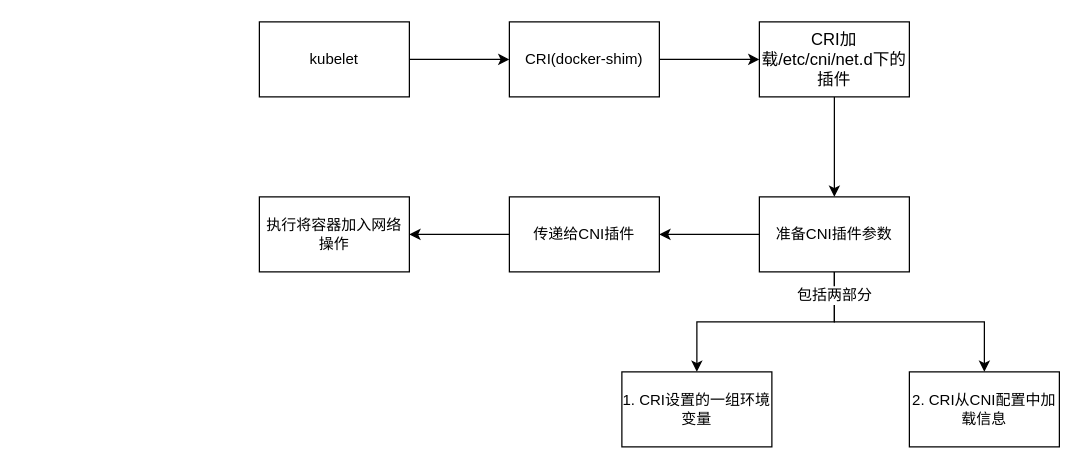
helios741/plan keeps this draw.io diagram as cni.drawio. Above is the earlier version. Source tidied: cells renumbered, new cells numbered last; positions are measured from the earlier drawing's top-left corner, leaving out a move shared by most shapes. Both pictures are drawn from the tidied source at 125%, with x=0, y=0 at pixel (259, 21).
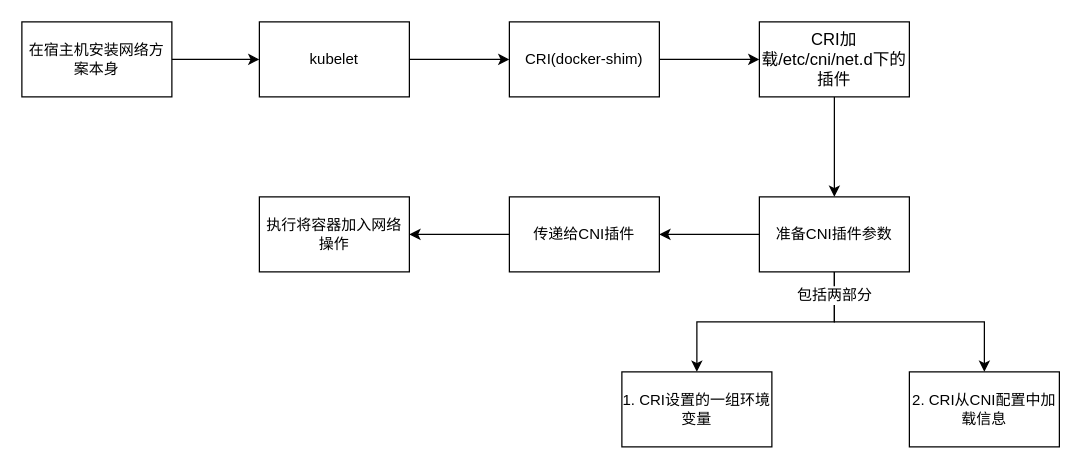
The same page after the edit.

What changed in the source:
```diff
@@
 <mxGraphModel>
   <root>
     <mxCell id="0" />
     <mxCell id="1" parent="0" />
     <mxCell id="2" style="edgeStyle=orthogonalEdgeStyle;rounded=0;jettySize=auto;html=1;" parent="1" edge="1" source="3" target="5">
       <mxGeometry relative="1" as="geometry" />
     </mxCell>
     <mxCell id="3" value="kubelet" style="rounded=0;whiteSpace=wrap;html=1;" parent="1" vertex="1">
       <mxGeometry width="120" height="60" as="geometry" />
     </mxCell>
     <mxCell id="4" style="edgeStyle=orthogonalEdgeStyle;rounded=0;jettySize=auto;html=1;" parent="1" edge="1" source="5" target="7">
       <mxGeometry relative="1" as="geometry" />
     </mxCell>
     <mxCell id="5" value="CRI(docker-shim)" style="rounded=0;whiteSpace=wrap;html=1;" parent="1" vertex="1">
       <mxGeometry x="200" width="120" height="60" as="geometry" />
     </mxCell>
     <mxCell id="6" style="edgeStyle=orthogonalEdgeStyle;rounded=0;jettySize=auto;html=1;" parent="1" edge="1" source="7" target="12">
       <mxGeometry relative="1" as="geometry" />
     </mxCell>
     <mxCell id="7" value="&lt;span style=&quot;font-size: 13.3333px&quot;&gt;CRI加载/etc/cni/net.d下的插件&lt;/span&gt;" style="rounded=0;whiteSpace=wrap;html=1;" parent="1" vertex="1">
       <mxGeometry x="400" width="120" height="60" as="geometry" />
     </mxCell>
     <mxCell id="8" style="edgeStyle=orthogonalEdgeStyle;rounded=0;jettySize=auto;html=1;" parent="1" edge="1" source="12" target="17">
       <mxGeometry relative="1" as="geometry" />
     </mxCell>
     <mxCell id="9" style="edgeStyle=orthogonalEdgeStyle;rounded=0;jettySize=auto;html=1;" parent="1" edge="1" source="12" target="16">
       <mxGeometry relative="1" as="geometry" />
     </mxCell>
     <mxCell id="10" value="包括两部分" style="text;html=1;align=center;verticalAlign=middle;labelBackgroundColor=#ffffff;" parent="9" vertex="1">
       <mxGeometry x="-0.82" y="-1" relative="1" as="geometry" />
     </mxCell>
     <mxCell id="11" style="edgeStyle=orthogonalEdgeStyle;rounded=0;jettySize=auto;html=1;" parent="1" edge="1" source="12" target="14">
       <mxGeometry relative="1" as="geometry" />
     </mxCell>
     <mxCell id="12" value="准备CNI插件参数" style="rounded=0;whiteSpace=wrap;html=1;" parent="1" vertex="1">
       <mxGeometry x="400" y="140" width="120" height="60" as="geometry" />
     </mxCell>
     <mxCell id="13" style="edgeStyle=orthogonalEdgeStyle;rounded=0;jettySize=auto;html=1;" parent="1" edge="1" source="14" target="15">
       <mxGeometry relative="1" as="geometry" />
     </mxCell>
     <mxCell id="14" value="传递给CNI插件" style="rounded=0;whiteSpace=wrap;html=1;" parent="1" vertex="1">
       <mxGeometry x="200" y="140" width="120" height="60" as="geometry" />
     </mxCell>
     <mxCell id="15" value="执行将容器加入网络操作" style="rounded=0;whiteSpace=wrap;html=1;" parent="1" vertex="1">
       <mxGeometry y="140" width="120" height="60" as="geometry" />
     </mxCell>
     <mxCell id="16" value="2. CRI从CNI配置中加载信息" style="rounded=0;whiteSpace=wrap;html=1;" parent="1" vertex="1">
       <mxGeometry x="520" y="280" width="120" height="60" as="geometry" />
     </mxCell>
     <mxCell id="17" value="1. CRI设置的一组环境变量" style="rounded=0;whiteSpace=wrap;html=1;" parent="1" vertex="1">
       <mxGeometry x="290" y="280" width="120" height="60" as="geometry" />
     </mxCell>
+    <mxCell id="18" style="edgeStyle=orthogonalEdgeStyle;rounded=0;jettySize=auto;html=1;" parent="1" edge="1" source="19" target="3">
+      <mxGeometry relative="1" as="geometry" />
+    </mxCell>
+    <mxCell id="19" value="在宿主机安装网络方案本身" style="rounded=0;whiteSpace=wrap;html=1;" parent="1" vertex="1">
+      <mxGeometry x="-190" width="120" height="60" as="geometry" />
+    </mxCell>
   </root>
 </mxGraphModel>
```
